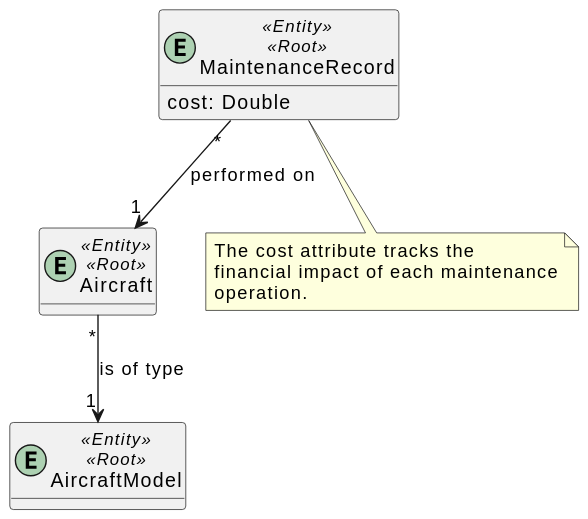
Above: docs/sytem-documentation/US220/svg/US220-DM.svg in caetanotiago/PSOFT (PlantUML), before the change.
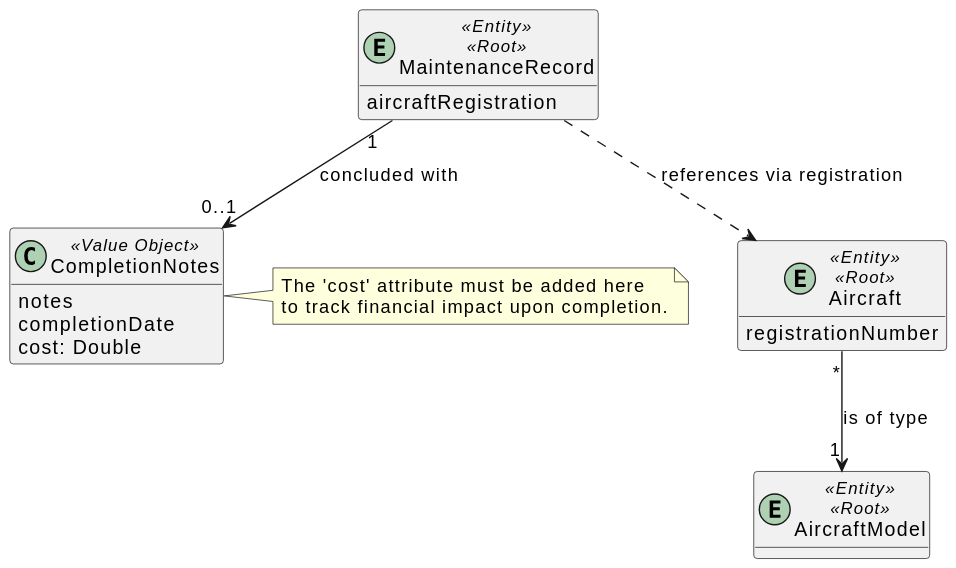
The same file after the commit.

The edit, as a diff of the source:
```diff
@@ -2,17 +2,26 @@
 hide methods
 
 entity AircraftModel <<Entity>> <<Root>>
-entity Aircraft <<Entity>> <<Root>>
+entity Aircraft <<Entity>> <<Root>> {
+  registrationNumber
+}
+
 entity MaintenanceRecord <<Entity>> <<Root>> {
+  aircraftRegistration
+}
+
+class CompletionNotes <<Value Object>> {
+  notes
+  completionDate
   cost: Double
 }
 
 Aircraft "*" --> "1" AircraftModel : is of type
-MaintenanceRecord "*" --> "1" Aircraft : performed on
+MaintenanceRecord "1" --> "0..1" CompletionNotes : concluded with
+MaintenanceRecord ..> Aircraft : references via registration
 
-note bottom of MaintenanceRecord
-  The cost attribute tracks the
-  financial impact of each maintenance
-  operation.
+note right of CompletionNotes
+  The 'cost' attribute must be added here
+  to track financial impact upon completion.
 end note
 @enduml
```
